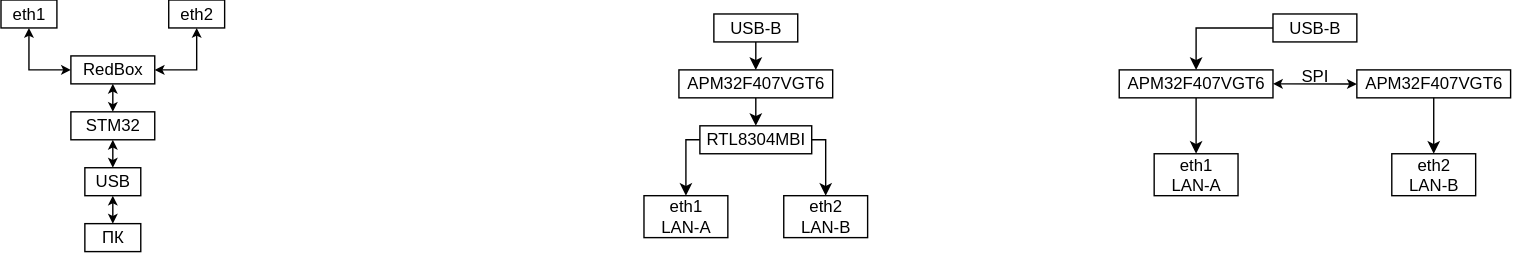
Before: PRP.drawio.svg, a diagram exported from draw.io (Andrianov-Daniil/Block_Diagram). Source tidied: cells renumbered, new cells last; positions are measured from the earlier drawing's top-left corner, leaving out a move shared by most shapes.
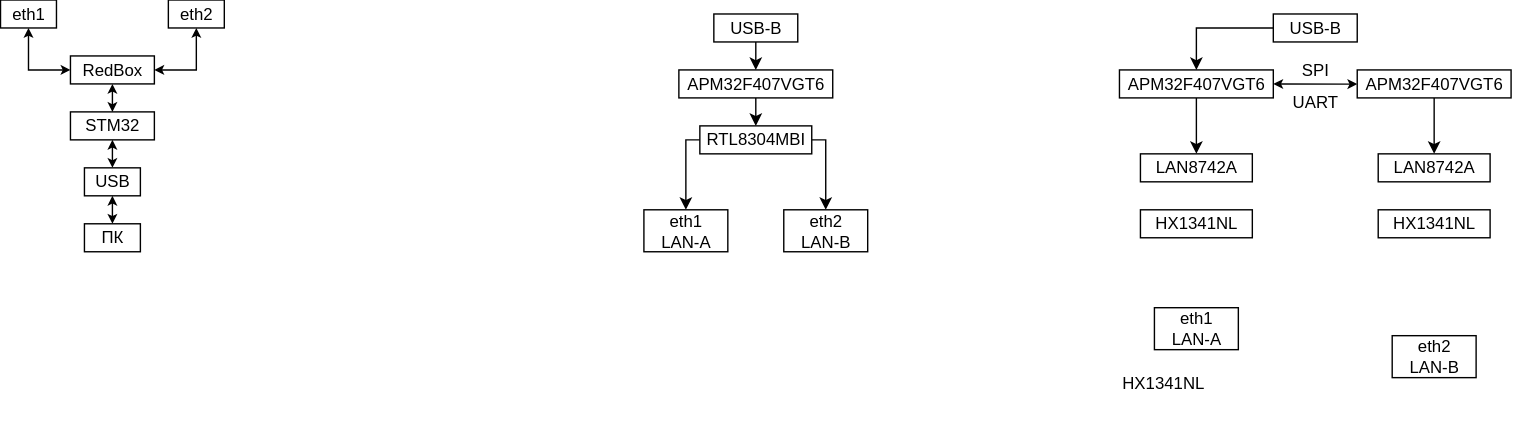
After the commit.

Change to the diagram source:
```diff
@@ -37,8 +37,10 @@
     <mxCell id="10" value="USB" style="rounded=0;whiteSpace=wrap;html=1;" parent="1" vertex="1">
       <mxGeometry x="60" y="120" width="40" height="20" as="geometry" />
     </mxCell>
-    <mxCell id="11" style="edgeStyle=none;rounded=0;jettySize=auto;html=1;entryX=0.5;entryY=0;entryDx=0;entryDy=0;" parent="1" edge="1" source="12" target="19">
-      <mxGeometry relative="1" as="geometry" />
+    <mxCell id="11" style="edgeStyle=none;rounded=0;jettySize=auto;html=1;entryX=0.5;entryY=0;entryDx=0;entryDy=0;" parent="1" edge="1" source="12">
+      <mxGeometry relative="1" as="geometry">
+        <mxPoint x="855" y="110" as="targetPoint" />
+      </mxGeometry>
     </mxCell>
     <mxCell id="12" value="APM32F407VGT6" style="rounded=0;whiteSpace=wrap;html=1;" parent="1" vertex="1">
       <mxGeometry x="800" y="50" width="110" height="20" as="geometry" />
@@ -49,7 +51,7 @@
       </mxGeometry>
     </mxCell>
     <mxCell id="14" value="SPI" style="text;html=1;whiteSpace=wrap;strokeColor=none;fillColor=none;align=center;verticalAlign=middle;rounded=0;" parent="1" vertex="1">
-      <mxGeometry x="910" y="40" width="60" height="30" as="geometry" />
+      <mxGeometry x="930" y="45" width="20" height="10" as="geometry" />
     </mxCell>
     <mxCell id="15" style="edgeStyle=none;rounded=0;jettySize=auto;html=1;entryX=0.5;entryY=0;entryDx=0;entryDy=0;" parent="1" edge="1" source="16" target="12">
       <mxGeometry relative="1" as="geometry">
@@ -67,17 +69,13 @@
     <mxCell id="18" style="edgeStyle=none;rounded=0;jettySize=auto;html=1;entryX=0.5;entryY=0;entryDx=0;entryDy=0;startArrow=classic;startFill=1;startSize=4;endSize=4;exitX=0.5;exitY=1;exitDx=0;exitDy=0;" parent="1" edge="1" source="10" target="17">
       <mxGeometry relative="1" as="geometry" />
     </mxCell>
-    <mxCell id="19" value="eth1&lt;br&gt;LAN-A" style="rounded=0;whiteSpace=wrap;html=1;" parent="1" vertex="1">
-      <mxGeometry x="825" y="110" width="60" height="30" as="geometry" />
-    </mxCell>
-    <mxCell id="20" value="eth2&lt;br&gt;LAN-B" style="rounded=0;whiteSpace=wrap;html=1;" parent="1" vertex="1">
-      <mxGeometry x="995" y="110" width="60" height="30" as="geometry" />
-    </mxCell>
     <mxCell id="21" value="APM32F407VGT6" style="rounded=0;whiteSpace=wrap;html=1;" parent="1" vertex="1">
       <mxGeometry x="970" y="50" width="110" height="20" as="geometry" />
     </mxCell>
-    <mxCell id="22" style="edgeStyle=none;rounded=0;jettySize=auto;html=1;entryX=0.5;entryY=0;entryDx=0;entryDy=0;" parent="1" edge="1" source="21" target="20">
-      <mxGeometry relative="1" as="geometry" />
+    <mxCell id="22" style="edgeStyle=none;rounded=0;jettySize=auto;html=1;entryX=0.5;entryY=0;entryDx=0;entryDy=0;" parent="1" edge="1" source="21">
+      <mxGeometry relative="1" as="geometry">
+        <mxPoint x="1025" y="110" as="targetPoint" />
+      </mxGeometry>
     </mxCell>
     <mxCell id="23" style="edgeStyle=none;rounded=0;jettySize=auto;html=1;entryX=0.5;entryY=0;entryDx=0;entryDy=0;" parent="1" edge="1" source="24" target="29">
       <mxGeometry relative="1" as="geometry" />
@@ -109,10 +107,34 @@
       <mxGeometry x="500" y="90" width="80" height="20" as="geometry" />
     </mxCell>
     <mxCell id="30" value="eth1&lt;br&gt;LAN-A" style="rounded=0;whiteSpace=wrap;html=1;" parent="1" vertex="1">
-      <mxGeometry x="460" y="140" width="60" height="30" as="geometry" />
+      <mxGeometry x="460" y="150" width="60" height="30" as="geometry" />
     </mxCell>
     <mxCell id="31" value="eth2&lt;br&gt;LAN-B" style="rounded=0;whiteSpace=wrap;html=1;" parent="1" vertex="1">
-      <mxGeometry x="560" y="140" width="60" height="30" as="geometry" />
+      <mxGeometry x="560" y="150" width="60" height="30" as="geometry" />
     </mxCell>
+    <mxCell id="32" value="UART" style="text;html=1;whiteSpace=wrap;strokeColor=none;fillColor=none;align=center;verticalAlign=middle;rounded=0;" parent="1" vertex="1">
+      <mxGeometry x="925" y="65" width="30" height="15" as="geometry" />
+    </mxCell>
+    <mxCell id="19" value="eth1&lt;br&gt;LAN-A" style="rounded=0;whiteSpace=wrap;html=1;" parent="1" vertex="1">
+      <mxGeometry x="825" y="220" width="60" height="30" as="geometry" />
+    </mxCell>
+    <mxCell id="20" value="eth2&lt;br&gt;LAN-B" style="rounded=0;whiteSpace=wrap;html=1;" parent="1" vertex="1">
+      <mxGeometry x="995" y="240" width="60" height="30" as="geometry" />
+    </mxCell>
+    <mxCell id="33" value="&lt;span style=&quot;text-align: left;&quot;&gt;LAN8742A&lt;/span&gt;" style="rounded=0;whiteSpace=wrap;html=1;" parent="1" vertex="1">
+      <mxGeometry x="815" y="110" width="80" height="20" as="geometry" />
+    </mxCell>
+    <mxCell id="34" value="&lt;span style=&quot;text-align: left;&quot;&gt;LAN8742A&lt;/span&gt;" style="rounded=0;whiteSpace=wrap;html=1;" parent="1" vertex="1">
+      <mxGeometry x="985" y="110" width="80" height="20" as="geometry" />
+    </mxCell>
+    <mxCell id="35" value="HX1341NL" style="text;whiteSpace=wrap;" parent="1" vertex="1">
+      <mxGeometry x="800" y="260" width="90" height="40" as="geometry" />
+    </mxCell>
+    <mxCell id="36" value="&lt;span style=&quot;text-align: left;&quot;&gt;HX1341NL&lt;/span&gt;" style="rounded=0;whiteSpace=wrap;html=1;" parent="1" vertex="1">
+      <mxGeometry x="815" y="150" width="80" height="20" as="geometry" />
+    </mxCell>
+    <mxCell id="37" value="&lt;span style=&quot;text-align: left;&quot;&gt;HX1341NL&lt;/span&gt;" style="rounded=0;whiteSpace=wrap;html=1;" parent="1" vertex="1">
+      <mxGeometry x="985" y="150" width="80" height="20" as="geometry" />
+    </mxCell>
   </root>
 </mxGraphModel>
```
